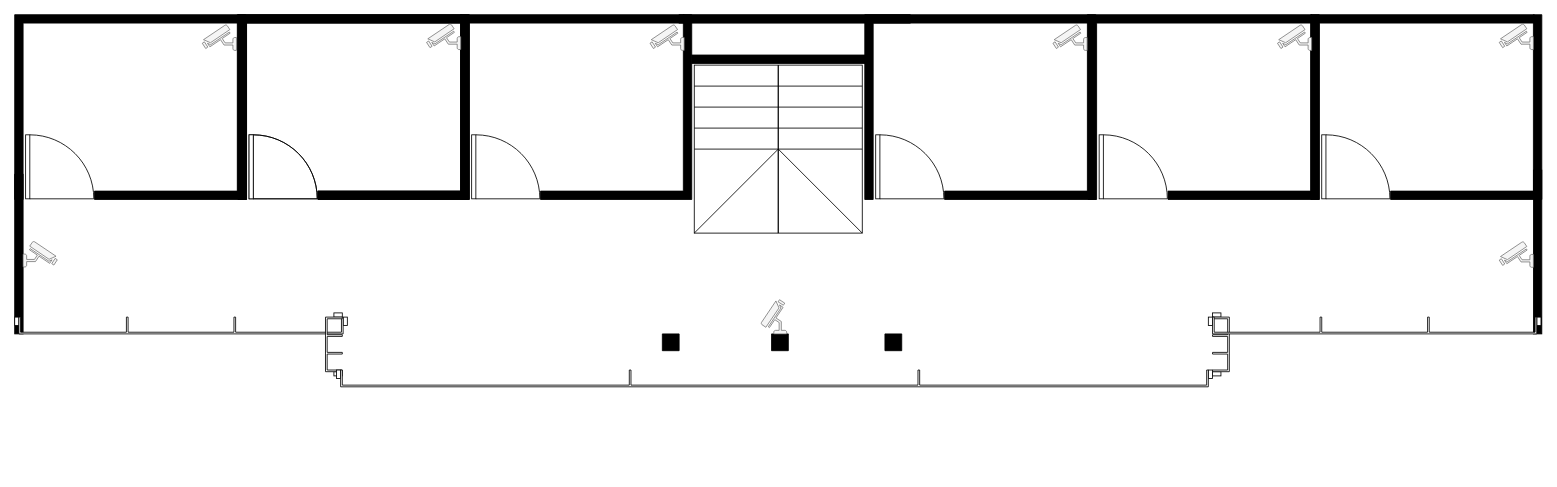
The draw.io diagram page "4nd - floor" (3 of 4) of Diagram Tanpa Judul.drawio in mohammadrifanmushlih17/My-Project-Draw, before the edit. Source tidied: cells renumbered, new cells numbered last; positions are measured from the earlier drawing's top-left corner, leaving out a move shared by most shapes. Both pictures are drawn from the tidied source at 84%, with x=0, y=0 at pixel (14, 14).
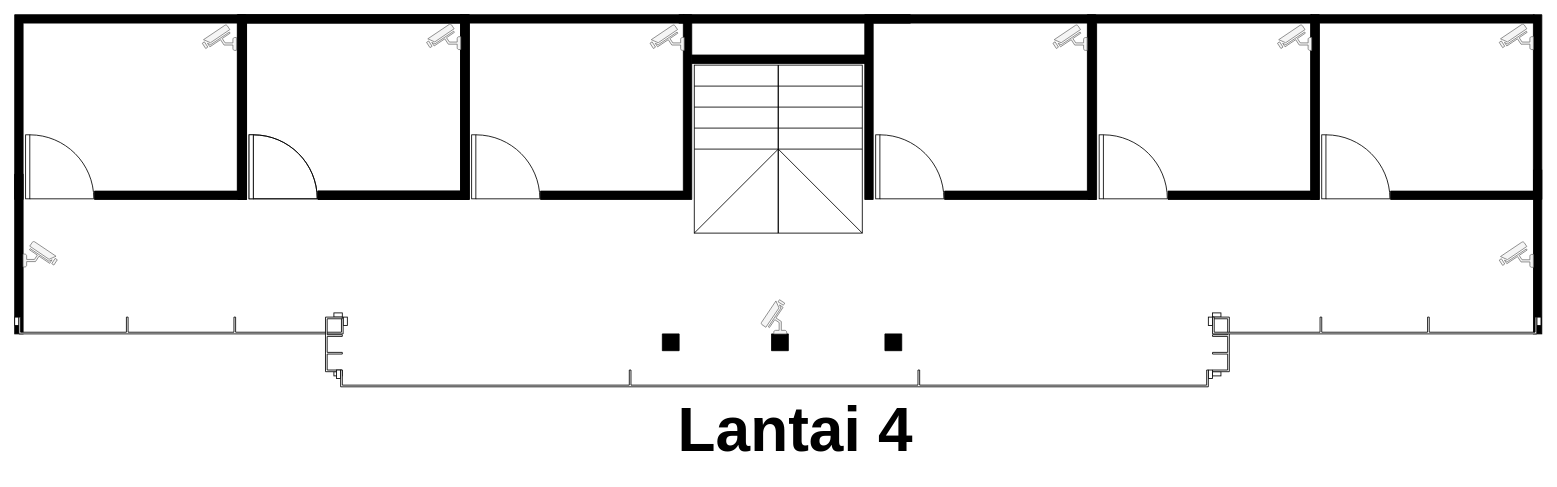
The same diagram, later.

Change to the diagram source:
```diff
@@
+    <mxCell id="50" value="&lt;b&gt;Lantai 4&lt;/b&gt;" style="text;html=1;align=center;verticalAlign=middle;strokeColor=none;fillColor=none;fontSize=74;" parent="1" vertex="1">
+      <mxGeometry x="778.5" y="445" width="300" height="100" as="geometry" />
+    </mxCell>
```
